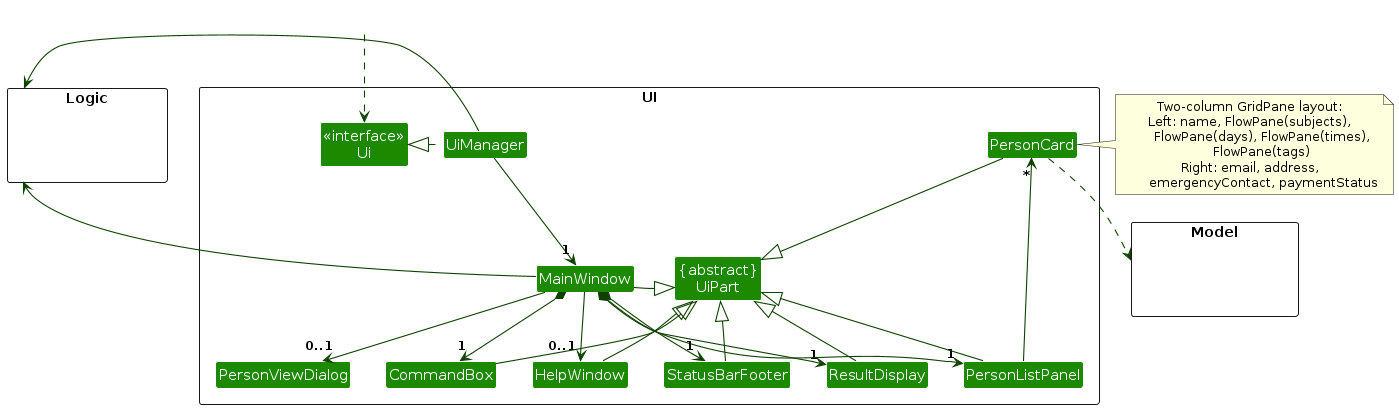
Earlier version of the PlantUML export diagrams/UiClassDiagram.png (AY2526S2-CS2103T-T09-2/tp). Its source is kept beside it as diagrams/UiClassDiagram.puml. Source of this version:
```plantuml
@startuml
!include style.puml
skinparam arrowThickness 1.1
skinparam arrowColor UI_COLOR_T4
skinparam classBackgroundColor UI_COLOR

package UI <<Rectangle>>{
Class "<<interface>>\nUi" as Ui
Class "{abstract}\nUiPart" as UiPart
Class UiManager
Class MainWindow
Class HelpWindow
Class ResultDisplay
Class PersonListPanel
Class PersonCard
Class StatusBarFooter
Class CommandBox
Class PersonViewDialog
}

note right of PersonCard
  Two-column GridPane layout:
  Left: name, FlowPane(subjects),
        FlowPane(days), FlowPane(times),
        FlowPane(tags)
  Right: email, address,
         emergencyContact, paymentStatus
end note

package Model <<Rectangle>> {
Class HiddenModel #FFFFFF
}

package Logic <<Rectangle>> {
Class HiddenLogic #FFFFFF
}

Class HiddenOutside #FFFFFF
HiddenOutside ..> Ui

UiManager .left.|> Ui
UiManager -down-> "1" MainWindow
MainWindow *-down->  "1" CommandBox
MainWindow *-down-> "1" ResultDisplay
MainWindow *-down-> "1" PersonListPanel
MainWindow *-down-> "1" StatusBarFooter
MainWindow --> "0..1" HelpWindow

PersonListPanel -down-> "*" PersonCard

MainWindow -left-|> UiPart

ResultDisplay --|> UiPart
CommandBox --|> UiPart
PersonListPanel --|> UiPart
PersonCard --|> UiPart
StatusBarFooter --|> UiPart
HelpWindow --|> UiPart

PersonCard ..> Model
UiManager -right-> Logic
MainWindow -left-> Logic
MainWindow --> "0..1" PersonViewDialog

PersonListPanel -[hidden]left- HelpWindow
HelpWindow -[hidden]left- CommandBox
CommandBox -[hidden]left- ResultDisplay
ResultDisplay -[hidden]left- StatusBarFooter

MainWindow -[hidden]-|> UiPart
@enduml
```
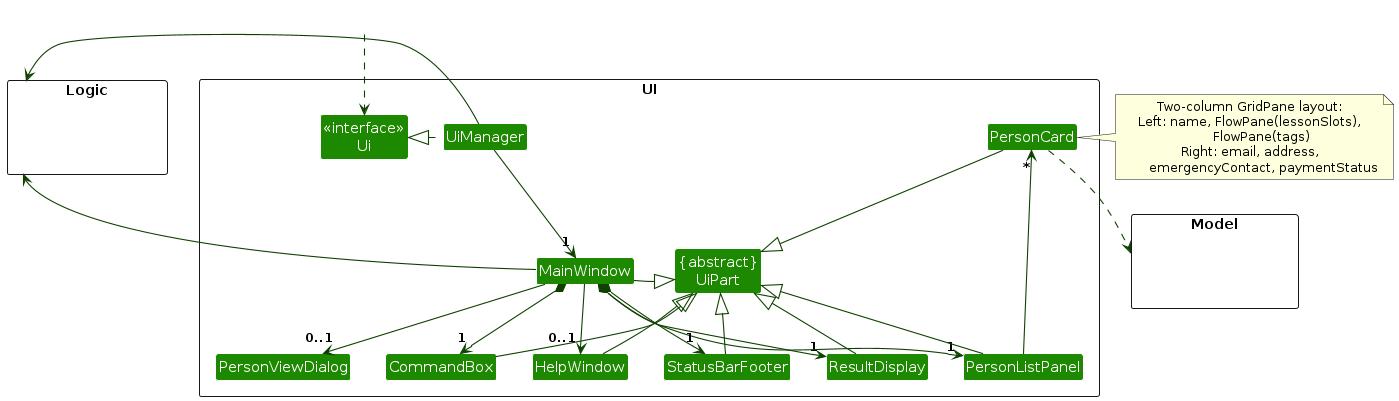
The same diagram one commit later.

The edit, as a diff of the source:
```diff
@@ -20,8 +20,7 @@
 
 note right of PersonCard
   Two-column GridPane layout:
-  Left: name, FlowPane(subjects),
-        FlowPane(days), FlowPane(times),
+  Left: name, FlowPane(lessonSlots),
         FlowPane(tags)
   Right: email, address,
          emergencyContact, paymentStatus
```
